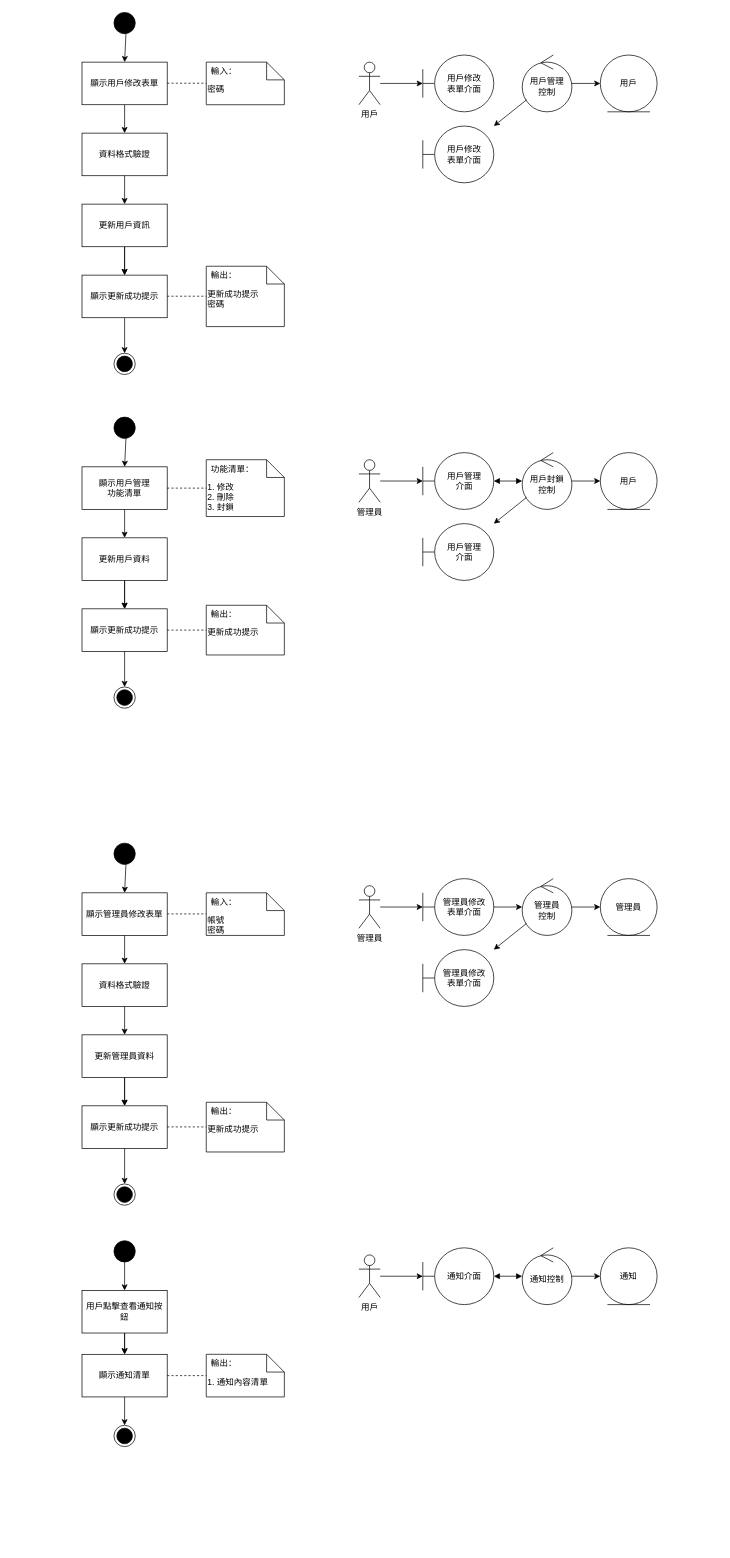
Above: SA_final.drawio in Miinteaa/Miinteaa (draw.io), before the change. Source tidied: cells renumbered, new cells numbered last; positions are measured from the earlier drawing's top-left corner, leaving out a move shared by most shapes. Both pictures are drawn from the tidied source at 71%, with x=0, y=0 at pixel (82, 12).
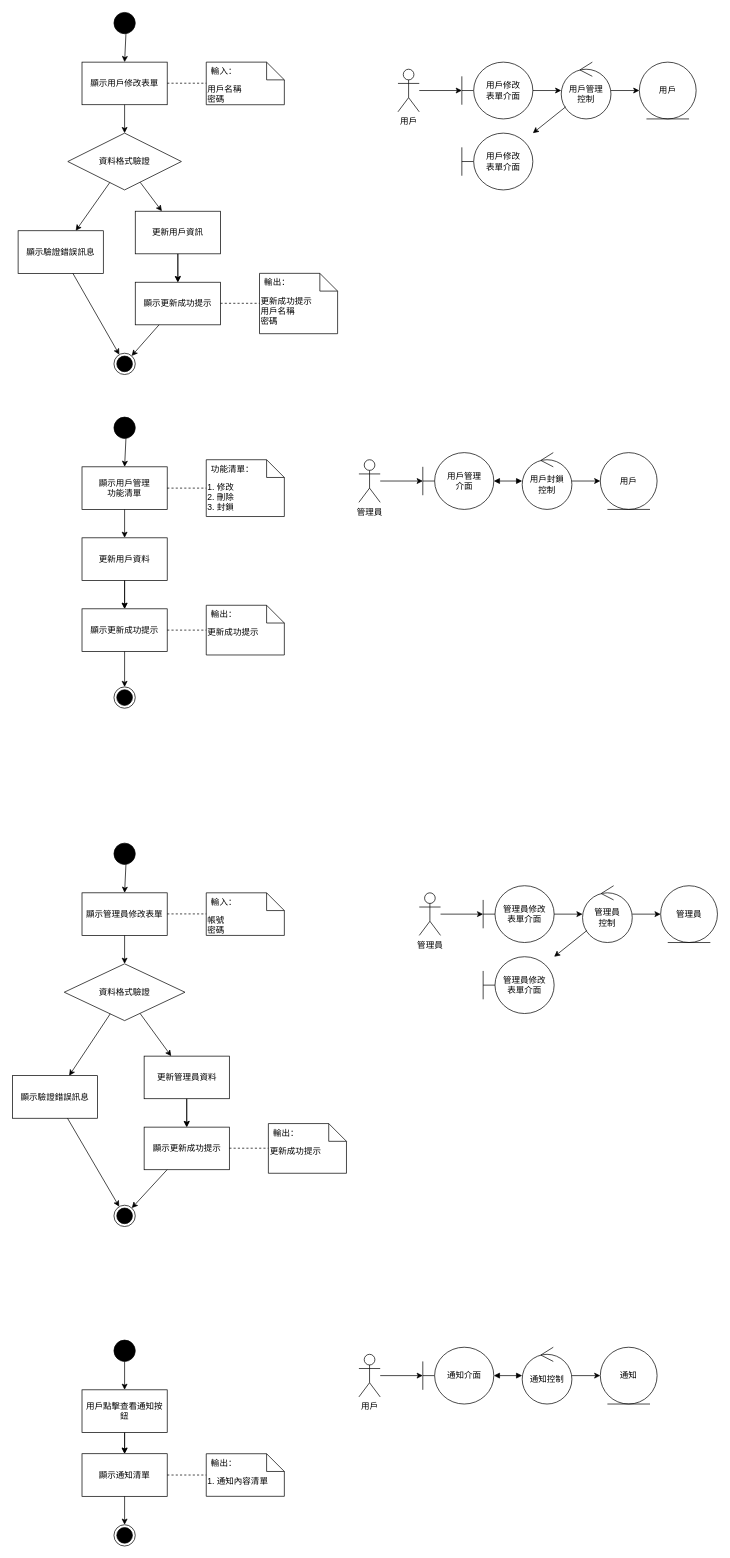
Above is the later version.

Unchanged cells that the change refers to:
```xml
<mxCell id="6" value="顯示用戶修改表單" style="rounded=0;whiteSpace=wrap;html=1;" parent="1" vertex="1">
  <mxGeometry y="70" width="120" height="60" as="geometry" />
</mxCell>
<mxCell id="17" style="ellipse;html=1;shape=endState;fillColor=strokeColor;" parent="1" vertex="1">
  <mxGeometry x="45" y="480" width="30" height="30" as="geometry" />
</mxCell>
<mxCell id="34" value="顯示管理員修改表單" style="rounded=0;whiteSpace=wrap;html=1;" parent="1" vertex="1">
  <mxGeometry y="1240" width="120" height="60" as="geometry" />
</mxCell>
<mxCell id="67" value="用戶封鎖&lt;br&gt;控制" style="ellipse;shape=umlControl;whiteSpace=wrap;html=1;" parent="1" vertex="1">
  <mxGeometry x="620" y="620" width="70" height="80" as="geometry" />
</mxCell>
```

The edit, as a diff of the source:
```diff
@@
-    <mxCell id="3" value="密碼" style="shape=note2;boundedLbl=1;whiteSpace=wrap;html=1;size=25;verticalAlign=top;align=left;" parent="1" vertex="1">
+    <mxCell id="3" value="用戶名稱&lt;br&gt;密碼" style="shape=note2;boundedLbl=1;whiteSpace=wrap;html=1;size=25;verticalAlign=top;align=left;" parent="1" vertex="1">
       <mxGeometry x="175" y="70" width="110" height="60" as="geometry" />
     </mxCell>
@@
-    <mxCell id="7" style="endArrow=classic;html=1;rounded=0;" parent="1" edge="1" source="6" target="8">
-      <mxGeometry relative="1" as="geometry" />
+    <mxCell id="7" style="endArrow=classic;html=1;rounded=0;" parent="1" edge="1" source="6">
+      <mxGeometry relative="1" as="geometry">
+        <mxPoint x="60" y="170" as="targetPoint" />
+      </mxGeometry>
     </mxCell>
-    <mxCell id="8" value="資料格式驗證" style="rounded=0;whiteSpace=wrap;html=1;" parent="1" vertex="1">
-      <mxGeometry y="170" width="120" height="60" as="geometry" />
-    </mxCell>
-    <mxCell id="9" style="endArrow=classic;html=1;rounded=0;" parent="1" edge="1" source="8" target="11">
+    <mxCell id="9" style="endArrow=classic;html=1;rounded=0;" parent="1" edge="1" source="99" target="11">
       <mxGeometry relative="1" as="geometry" />
     </mxCell>
@@
     <mxCell id="11" value="更新用戶資訊" style="rounded=0;whiteSpace=wrap;html=1;" parent="1" vertex="1">
-      <mxGeometry y="270" width="120" height="60" as="geometry" />
+      <mxGeometry x="75" y="280" width="120" height="60" as="geometry" />
     </mxCell>
     <mxCell id="12" style="endArrow=classic;html=1;rounded=0;" parent="1" edge="1" target="13">
       <mxGeometry relative="1" as="geometry">
-        <mxPoint x="60" y="330" as="sourcePoint" />
+        <mxPoint x="135" y="340" as="sourcePoint" />
       </mxGeometry>
     </mxCell>
     <mxCell id="13" value="顯示更新成功提示" style="rounded=0;whiteSpace=wrap;html=1;" parent="1" vertex="1">
-      <mxGeometry y="370" width="120" height="60" as="geometry" />
+      <mxGeometry x="75" y="380" width="120" height="60" as="geometry" />
     </mxCell>
-    <mxCell id="14" value="更新成功提示&lt;br&gt;密碼" style="shape=note2;boundedLbl=1;whiteSpace=wrap;html=1;size=25;verticalAlign=top;align=left;" parent="1" vertex="1">
-      <mxGeometry x="175" y="357.5" width="110" height="85" as="geometry" />
+    <mxCell id="14" value="更新成功提示&lt;br&gt;用戶名稱&lt;br&gt;密碼&lt;br&gt;" style="shape=note2;boundedLbl=1;whiteSpace=wrap;html=1;size=25;verticalAlign=top;align=left;" parent="1" vertex="1">
+      <mxGeometry x="250" y="367.5" width="110" height="85" as="geometry" />
     </mxCell>
@@
-    <mxCell id="35" style="endArrow=classic;html=1;rounded=0;" parent="1" edge="1" source="34" target="36">
+    <mxCell id="35" style="endArrow=classic;html=1;rounded=0;" parent="1" edge="1" source="34" target="98">
       <mxGeometry relative="1" as="geometry" />
     </mxCell>
-    <mxCell id="36" value="資料格式驗證" style="rounded=0;whiteSpace=wrap;html=1;" parent="1" vertex="1">
-      <mxGeometry y="1340" width="120" height="60" as="geometry" />
-    </mxCell>
-    <mxCell id="37" style="endArrow=classic;html=1;rounded=0;" parent="1" edge="1" source="36" target="39">
+    <mxCell id="37" style="endArrow=classic;html=1;rounded=0;" parent="1" edge="1" source="98" target="39">
       <mxGeometry relative="1" as="geometry" />
     </mxCell>
@@
     <mxCell id="39" value="更新管理員資料" style="rounded=0;whiteSpace=wrap;html=1;" parent="1" vertex="1">
-      <mxGeometry y="1440" width="120" height="60" as="geometry" />
+      <mxGeometry x="87.5" y="1470" width="120" height="60" as="geometry" />
     </mxCell>
     <mxCell id="40" style="endArrow=classic;html=1;rounded=0;" parent="1" edge="1" target="41">
       <mxGeometry relative="1" as="geometry">
-        <mxPoint x="60" y="1500" as="sourcePoint" />
+        <mxPoint x="147.5" y="1530" as="sourcePoint" />
       </mxGeometry>
     </mxCell>
     <mxCell id="41" value="顯示更新成功提示" style="rounded=0;whiteSpace=wrap;html=1;" parent="1" vertex="1">
-      <mxGeometry y="1540" width="120" height="60" as="geometry" />
+      <mxGeometry x="87.5" y="1570" width="120" height="60" as="geometry" />
     </mxCell>
     <mxCell id="42" value="更新成功提示" style="shape=note2;boundedLbl=1;whiteSpace=wrap;html=1;size=25;verticalAlign=top;align=left;" parent="1" vertex="1">
-      <mxGeometry x="175" y="1535" width="110" height="70" as="geometry" />
+      <mxGeometry x="262.5" y="1565" width="110" height="70" as="geometry" />
     </mxCell>
@@
     <mxCell id="45" style="ellipse;html=1;shape=endState;fillColor=strokeColor;" parent="1" vertex="1">
-      <mxGeometry x="45" y="1650" width="30" height="30" as="geometry" />
+      <mxGeometry x="45" y="1680" width="30" height="30" as="geometry" />
     </mxCell>
@@
     <mxCell id="48" style="ellipse;fillColor=strokeColor;html=1;" parent="1" vertex="1">
-      <mxGeometry x="45" y="1730" width="30" height="30" as="geometry" />
+      <mxGeometry x="45" y="1870" width="30" height="30" as="geometry" />
     </mxCell>
     <mxCell id="49" style="endArrow=classic;html=1;rounded=0;" parent="1" edge="1" target="50">
       <mxGeometry relative="1" as="geometry">
-        <mxPoint x="60" y="1850" as="sourcePoint" />
+        <mxPoint x="60" y="1990" as="sourcePoint" />
       </mxGeometry>
     </mxCell>
     <mxCell id="50" value="顯示通知清單" style="rounded=0;whiteSpace=wrap;html=1;" parent="1" vertex="1">
-      <mxGeometry y="1890" width="120" height="60" as="geometry" />
+      <mxGeometry y="2030" width="120" height="60" as="geometry" />
     </mxCell>
     <mxCell id="51" style="endArrow=classic;html=1;rounded=0;" parent="1" edge="1" source="50">
       <mxGeometry relative="1" as="geometry">
-        <mxPoint x="60" y="1990" as="targetPoint" />
+        <mxPoint x="60" y="2130" as="targetPoint" />
       </mxGeometry>
     </mxCell>
     <mxCell id="52" style="ellipse;html=1;shape=endState;fillColor=strokeColor;" parent="1" vertex="1">
-      <mxGeometry x="45" y="1990" width="30" height="30" as="geometry" />
+      <mxGeometry x="45" y="2130" width="30" height="30" as="geometry" />
     </mxCell>
     <mxCell id="53" value="1. 通知內容清單&amp;nbsp;" style="shape=note2;boundedLbl=1;whiteSpace=wrap;html=1;size=25;verticalAlign=top;align=left;" parent="1" vertex="1">
-      <mxGeometry x="175" y="1890" width="110" height="60" as="geometry" />
+      <mxGeometry x="175" y="2030" width="110" height="60" as="geometry" />
     </mxCell>
@@
     <mxCell id="55" value="用戶" style="ellipse;shape=umlEntity;whiteSpace=wrap;html=1;" parent="1" vertex="1">
-      <mxGeometry x="730" y="60" width="80" height="80" as="geometry" />
+      <mxGeometry x="785" y="70" width="80" height="80" as="geometry" />
     </mxCell>
     <mxCell id="56" value="用戶修改&lt;br&gt;表單介面" style="shape=umlBoundary;whiteSpace=wrap;html=1;" parent="1" vertex="1">
-      <mxGeometry x="480" y="60" width="100" height="80" as="geometry" />
+      <mxGeometry x="535" y="70" width="100" height="80" as="geometry" />
     </mxCell>
     <mxCell id="57" value="用戶" style="shape=umlActor;verticalLabelPosition=bottom;verticalAlign=top;html=1;" parent="1" vertex="1">
-      <mxGeometry x="390" y="70" width="30" height="60" as="geometry" />
+      <mxGeometry x="445" y="80" width="30" height="60" as="geometry" />
     </mxCell>
@@
     <mxCell id="59" value="用戶管理&lt;br&gt;控制" style="ellipse;shape=umlControl;whiteSpace=wrap;html=1;" parent="1" vertex="1">
-      <mxGeometry x="620" y="60" width="70" height="80" as="geometry" />
+      <mxGeometry x="675" y="70" width="70" height="80" as="geometry" />
     </mxCell>
@@
     <mxCell id="61" value="用戶修改&lt;br&gt;表單介面" style="shape=umlBoundary;whiteSpace=wrap;html=1;" parent="1" vertex="1">
-      <mxGeometry x="480" y="160" width="100" height="80" as="geometry" />
+      <mxGeometry x="535" y="170" width="100" height="80" as="geometry" />
     </mxCell>
@@
-    <mxCell id="69" value="用戶管理&lt;br&gt;介面" style="shape=umlBoundary;whiteSpace=wrap;html=1;" parent="1" vertex="1">
-      <mxGeometry x="480" y="720" width="100" height="80" as="geometry" />
-    </mxCell>
-    <mxCell id="70" style="endArrow=classic;html=1;rounded=0;" parent="1" edge="1" source="67" target="69">
-      <mxGeometry relative="1" as="geometry" />
-    </mxCell>
     <mxCell id="71" value="管理員" style="ellipse;shape=umlEntity;whiteSpace=wrap;html=1;" parent="1" vertex="1">
-      <mxGeometry x="730" y="1220" width="80" height="80" as="geometry" />
+      <mxGeometry x="815" y="1230" width="80" height="80" as="geometry" />
     </mxCell>
     <mxCell id="72" value="管理員修改&lt;br&gt;表單介面" style="shape=umlBoundary;whiteSpace=wrap;html=1;" parent="1" vertex="1">
-      <mxGeometry x="480" y="1220" width="100" height="80" as="geometry" />
+      <mxGeometry x="565" y="1230" width="100" height="80" as="geometry" />
     </mxCell>
     <mxCell id="73" value="管理員" style="shape=umlActor;verticalLabelPosition=bottom;verticalAlign=top;html=1;" parent="1" vertex="1">
-      <mxGeometry x="390" y="1230" width="30" height="60" as="geometry" />
+      <mxGeometry x="475" y="1240" width="30" height="60" as="geometry" />
     </mxCell>
@@
     <mxCell id="75" value="管理員&lt;br&gt;控制" style="ellipse;shape=umlControl;whiteSpace=wrap;html=1;" parent="1" vertex="1">
-      <mxGeometry x="620" y="1220" width="70" height="80" as="geometry" />
+      <mxGeometry x="705" y="1230" width="70" height="80" as="geometry" />
     </mxCell>
@@
     <mxCell id="77" value="管理員修改&lt;br&gt;表單介面" style="shape=umlBoundary;whiteSpace=wrap;html=1;" parent="1" vertex="1">
-      <mxGeometry x="480" y="1320" width="100" height="80" as="geometry" />
+      <mxGeometry x="565" y="1330" width="100" height="80" as="geometry" />
     </mxCell>
@@
     <mxCell id="79" value="通知" style="ellipse;shape=umlEntity;whiteSpace=wrap;html=1;" parent="1" vertex="1">
-      <mxGeometry x="730" y="1740" width="80" height="80" as="geometry" />
+      <mxGeometry x="730" y="1880" width="80" height="80" as="geometry" />
     </mxCell>
     <mxCell id="80" value="通知介面" style="shape=umlBoundary;whiteSpace=wrap;html=1;" parent="1" vertex="1">
-      <mxGeometry x="480" y="1740" width="100" height="80" as="geometry" />
+      <mxGeometry x="480" y="1880" width="100" height="80" as="geometry" />
     </mxCell>
     <mxCell id="81" value="用戶" style="shape=umlActor;verticalLabelPosition=bottom;verticalAlign=top;html=1;" parent="1" vertex="1">
-      <mxGeometry x="390" y="1750" width="30" height="60" as="geometry" />
+      <mxGeometry x="390" y="1890" width="30" height="60" as="geometry" />
     </mxCell>
@@
     <mxCell id="83" value="通知控制" style="ellipse;shape=umlControl;whiteSpace=wrap;html=1;" parent="1" vertex="1">
-      <mxGeometry x="620" y="1740" width="70" height="80" as="geometry" />
+      <mxGeometry x="620" y="1880" width="70" height="80" as="geometry" />
     </mxCell>
@@
     <mxCell id="89" style="endArrow=none;dashed=1;html=1;rounded=0;" parent="1" edge="1">
       <mxGeometry relative="1" as="geometry">
-        <mxPoint x="120" y="1569.7" as="sourcePoint" />
-        <mxPoint x="175" y="1569.7" as="targetPoint" />
+        <mxPoint x="207.5" y="1599.7" as="sourcePoint" />
+        <mxPoint x="262.5" y="1599.7" as="targetPoint" />
       </mxGeometry>
     </mxCell>
@@
     <mxCell id="92" style="endArrow=none;dashed=1;html=1;rounded=0;" parent="1" edge="1">
       <mxGeometry relative="1" as="geometry">
-        <mxPoint x="120" y="399.7" as="sourcePoint" />
-        <mxPoint x="175" y="399.7" as="targetPoint" />
+        <mxPoint x="195" y="409.7" as="sourcePoint" />
+        <mxPoint x="250" y="409.7" as="targetPoint" />
       </mxGeometry>
     </mxCell>
@@
     <mxCell id="95" style="edgeStyle=orthogonalEdgeStyle;rounded=0;jettySize=auto;html=1;" parent="1" edge="1" source="96" target="50">
       <mxGeometry relative="1" as="geometry">
         <Array as="points">
-          <mxPoint x="60" y="1880" />
-          <mxPoint x="60" y="1880" />
+          <mxPoint x="60" y="2020" />
+          <mxPoint x="60" y="2020" />
         </Array>
       </mxGeometry>
     </mxCell>
     <mxCell id="96" value="用戶點擊查看通知按鈕" style="rounded=0;whiteSpace=wrap;html=1;" parent="1" vertex="1">
-      <mxGeometry y="1800" width="120" height="60" as="geometry" />
+      <mxGeometry y="1940" width="120" height="60" as="geometry" />
     </mxCell>
@@
+    <mxCell id="98" value="資料格式驗證" style="rhombus;whiteSpace=wrap;html=1;" parent="1" vertex="1">
+      <mxGeometry x="-25" y="1340" width="170" height="80" as="geometry" />
+    </mxCell>
+    <mxCell id="99" value="資料格式驗證" style="rhombus;whiteSpace=wrap;html=1;" parent="1" vertex="1">
+      <mxGeometry x="-20" y="170" width="160" height="80" as="geometry" />
+    </mxCell>
+    <mxCell id="100" style="endArrow=classic;html=1;rounded=0;" parent="1" edge="1" source="99" target="101">
+      <mxGeometry relative="1" as="geometry" />
+    </mxCell>
+    <mxCell id="101" value="顯示驗證錯誤訊息" style="rounded=0;whiteSpace=wrap;html=1;" parent="1" vertex="1">
+      <mxGeometry x="-90" y="307.5" width="120" height="60" as="geometry" />
+    </mxCell>
+    <mxCell id="102" style="endArrow=classic;html=1;rounded=0;" parent="1" edge="1" source="101" target="17">
+      <mxGeometry relative="1" as="geometry" />
+    </mxCell>
+    <mxCell id="103" style="endArrow=classic;html=1;rounded=0;" parent="1" edge="1" source="56" target="59">
+      <mxGeometry relative="1" as="geometry" />
+    </mxCell>
+    <mxCell id="104" style="endArrow=classic;html=1;rounded=0;" parent="1" edge="1" source="98" target="105">
+      <mxGeometry relative="1" as="geometry" />
+    </mxCell>
+    <mxCell id="105" value="顯示驗證錯誤訊息" style="rounded=0;whiteSpace=wrap;html=1;" parent="1" vertex="1">
+      <mxGeometry x="-98" y="1497.5" width="120" height="60" as="geometry" />
+    </mxCell>
+    <mxCell id="106" style="endArrow=classic;html=1;rounded=0;" parent="1" edge="1" source="105" target="45">
+      <mxGeometry relative="1" as="geometry" />
+    </mxCell>
```
